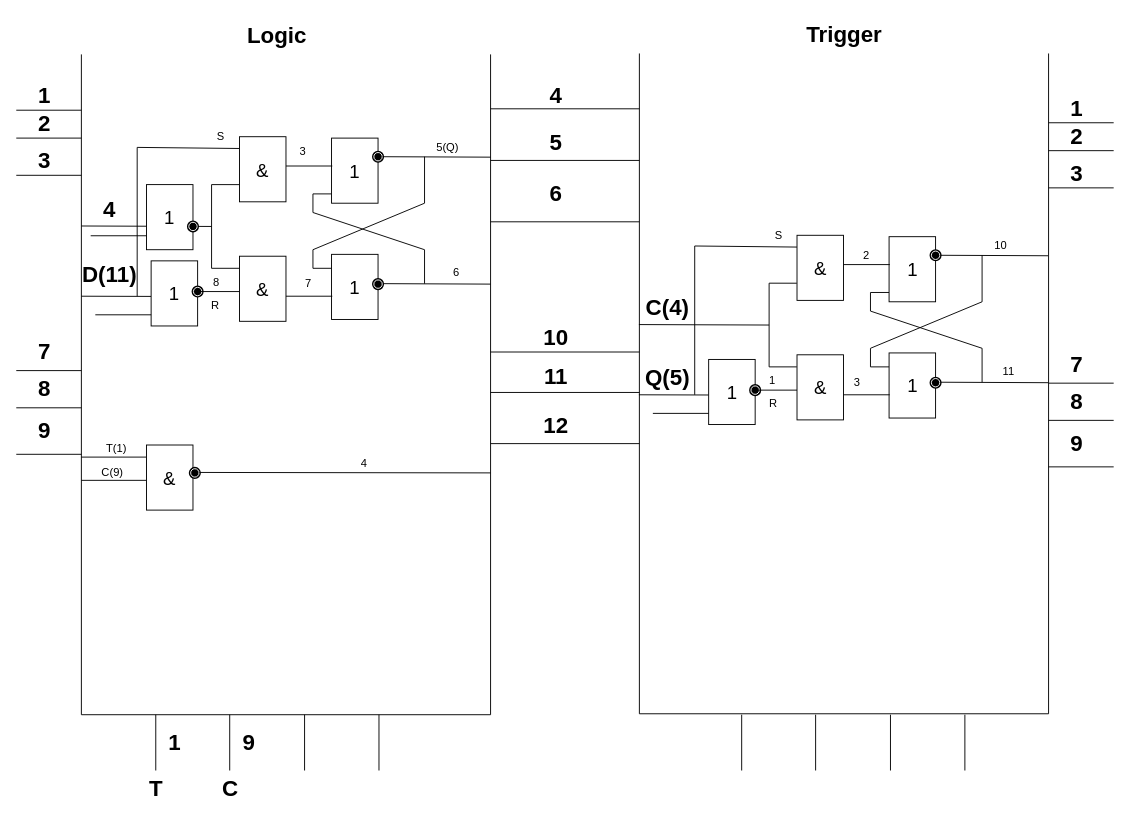
Before: t_trigger.drawio in nayutalienx/digital_circuits, a draw.io diagram. Source tidied: cells renumbered, new cells numbered last; positions are measured from the earlier drawing's top-left corner, leaving out a move shared by most shapes. Both pictures are drawn from the tidied source at 93%, with x=0, y=0 at pixel (16, 16).
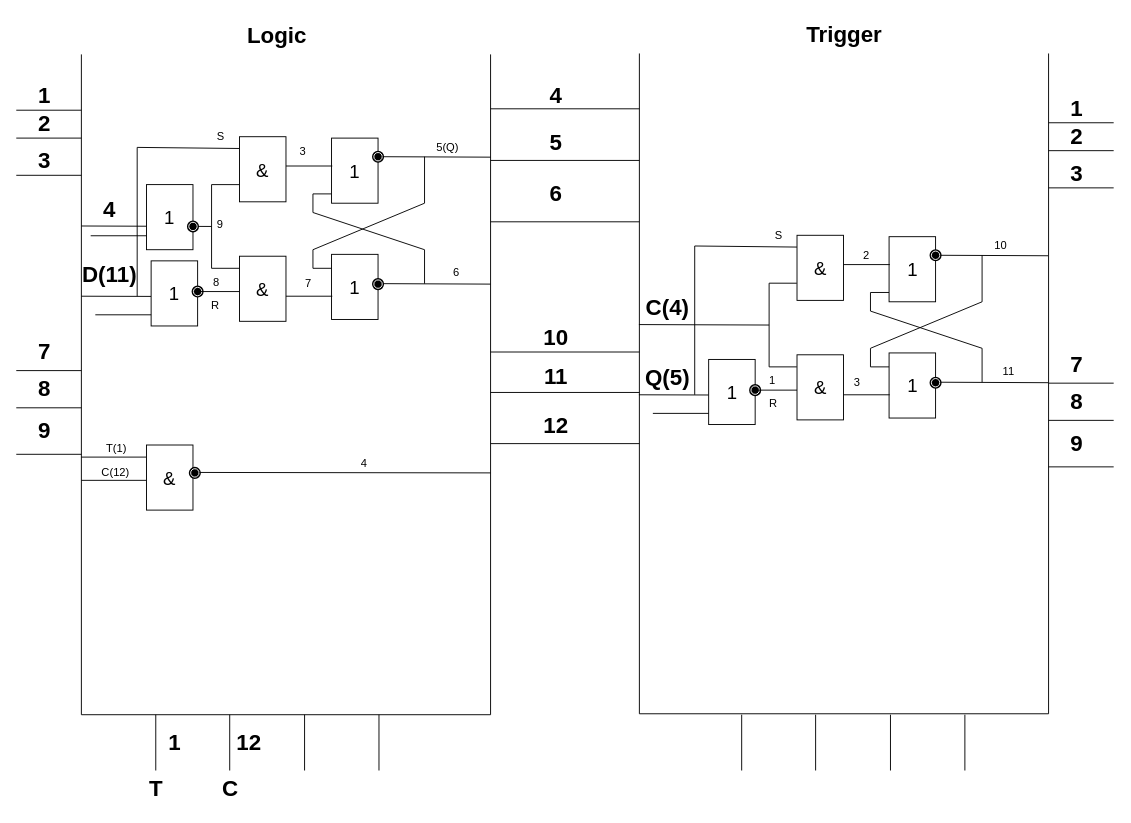
Above is the later version.

Diff of the diagram source:
```diff
@@
-    <mxCell id="57" value="9" style="text;strokeColor=none;fillColor=none;html=1;fontSize=24;fontStyle=1;verticalAlign=middle;align=center;" parent="1" vertex="1">
+    <mxCell id="57" value="12" style="text;strokeColor=none;fillColor=none;html=1;fontSize=24;fontStyle=1;verticalAlign=middle;align=center;" parent="1" vertex="1">
       <mxGeometry x="230" y="761" width="40" height="40" as="geometry" />
     </mxCell>
@@
-    <mxCell id="141" value="C(9)" style="text;html=1;align=left;verticalAlign=top;spacingTop=-4;" parent="1" vertex="1">
-      <mxGeometry x="90" y="481" width="40" height="20" as="geometry" />
+    <mxCell id="141" value="C(12)" style="text;html=1;align=left;verticalAlign=top;spacingTop=-4;" parent="1" vertex="1">
+      <mxGeometry x="90" y="481" width="50" height="20" as="geometry" />
     </mxCell>
@@
+    <mxCell id="145" value="9" style="text;html=1;align=left;verticalAlign=top;spacingTop=-4;" parent="1" vertex="1">
+      <mxGeometry x="214" y="214" width="20" height="20" as="geometry" />
+    </mxCell>
```
